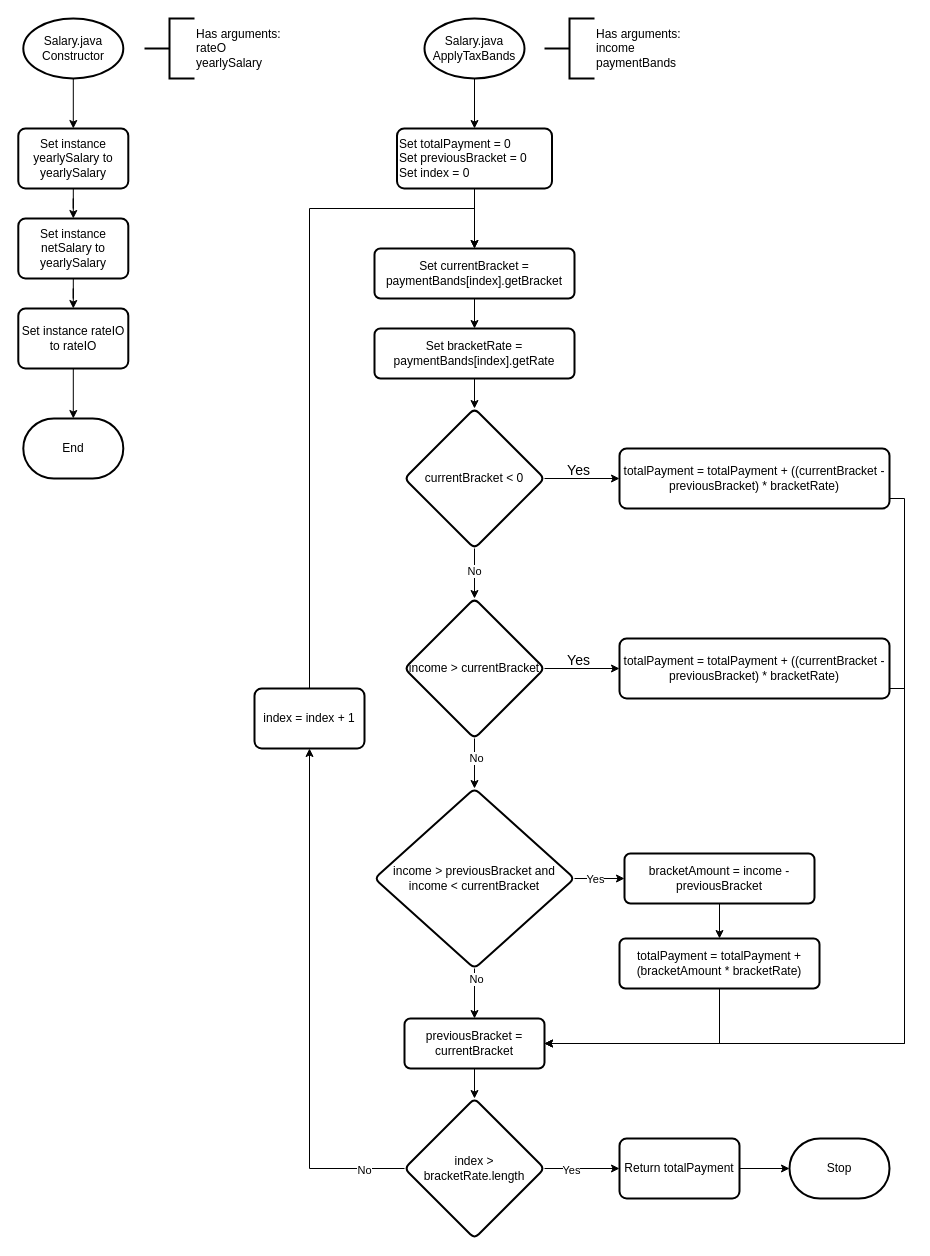
This is report/flowcharts/task-2/designs/salary.drawio from Sherman5A/usw-pop-coursework-1-task-2, a draw.io file, before an edit. Source tidied: cells renumbered, new cells numbered last; positions are measured from the earlier drawing's top-left corner, leaving out a move shared by most shapes. Both pictures are drawn from the tidied source at 100%, with x=0, y=0 at pixel (18, 18).
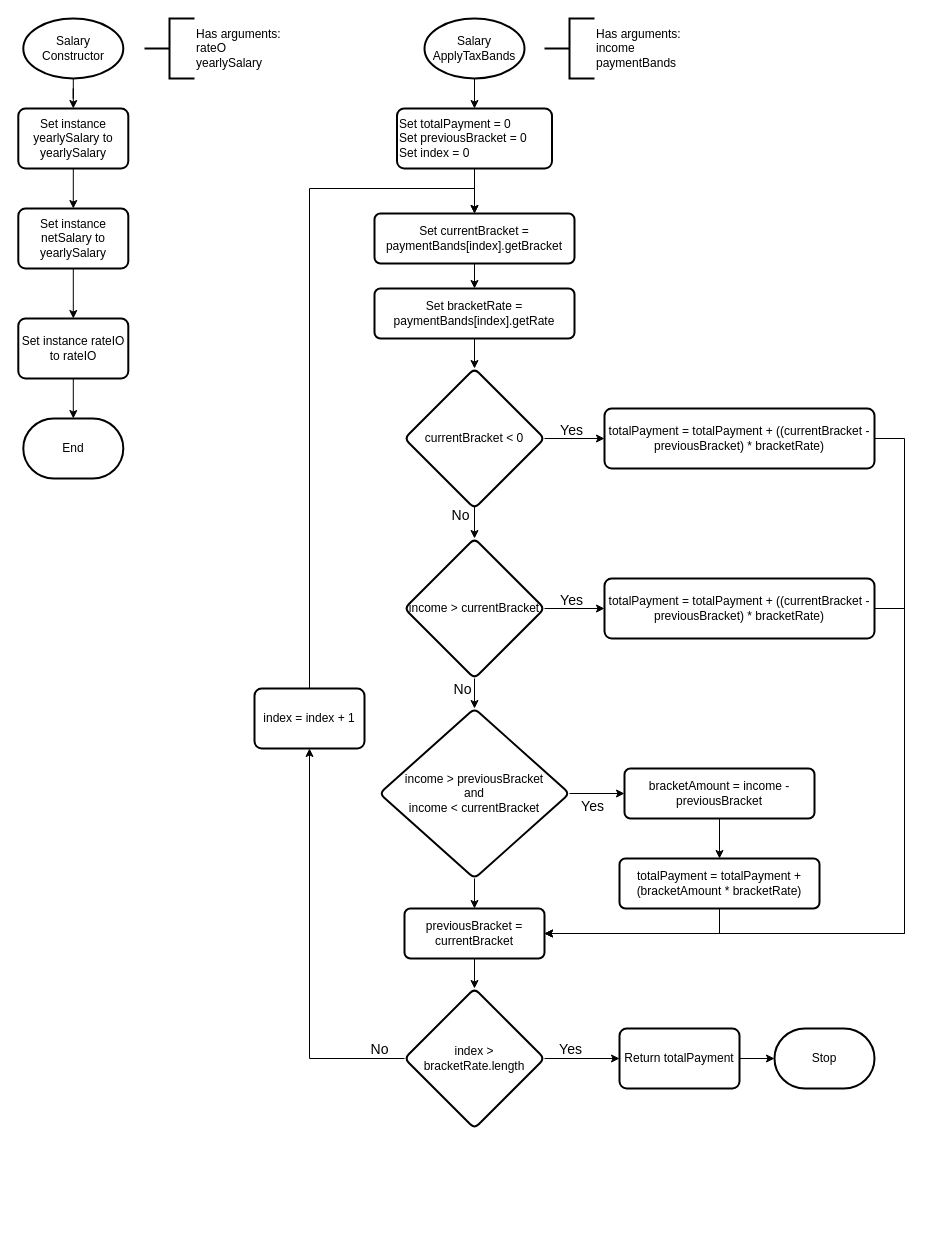
After the change.

Unchanged cells that the change refers to:
```xml
<mxCell id="33" style="edgeStyle=orthogonalEdgeStyle;rounded=0;jettySize=auto;html=1;entryX=0.5;entryY=0;entryDx=0;entryDy=0;" parent="1" edge="1" source="35" target="41">
  <mxGeometry relative="1" as="geometry" />
</mxCell>
<mxCell id="37" style="edgeStyle=orthogonalEdgeStyle;rounded=0;jettySize=auto;html=1;" parent="1" edge="1" source="41" target="43">
  <mxGeometry relative="1" as="geometry" />
</mxCell>
<mxCell id="39" style="edgeStyle=orthogonalEdgeStyle;rounded=0;jettySize=auto;html=1;entryX=0.5;entryY=0;entryDx=0;entryDy=0;" parent="1" edge="1" source="41" target="54">
  <mxGeometry relative="1" as="geometry" />
</mxCell>
<mxCell id="47" value="index = index + 1" style="whiteSpace=wrap;html=1;strokeWidth=2;rounded=1;arcSize=12;" parent="1" vertex="1">
  <mxGeometry x="236" y="670" width="110" height="60" as="geometry" />
</mxCell>
<mxCell id="48" style="edgeStyle=orthogonalEdgeStyle;rounded=0;jettySize=auto;html=1;" parent="1" edge="1" source="52" target="47">
  <mxGeometry relative="1" as="geometry" />
</mxCell>
<mxCell id="50" style="edgeStyle=orthogonalEdgeStyle;rounded=0;jettySize=auto;html=1;" parent="1" edge="1" source="52" target="56">
  <mxGeometry relative="1" as="geometry" />
</mxCell>
```

The edit, as a diff of the source:
```diff
@@
-    <mxCell id="5" value="Salary.java&lt;br&gt;Constructor" style="strokeWidth=2;html=1;shape=mxgraph.flowchart.start_1;whiteSpace=wrap;" parent="1" vertex="1">
+    <mxCell id="5" value="Salary&lt;br&gt;Constructor" style="strokeWidth=2;html=1;shape=mxgraph.flowchart.start_1;whiteSpace=wrap;" parent="1" vertex="1">
       <mxGeometry x="4.8" width="100" height="60" as="geometry" />
     </mxCell>
@@
-    <mxCell id="9" value="Salary.java&lt;br&gt;ApplyTaxBands" style="strokeWidth=2;html=1;shape=mxgraph.flowchart.start_1;whiteSpace=wrap;" parent="1" vertex="1">
+    <mxCell id="9" value="Salary&lt;br&gt;ApplyTaxBands" style="strokeWidth=2;html=1;shape=mxgraph.flowchart.start_1;whiteSpace=wrap;" parent="1" vertex="1">
       <mxGeometry x="406" width="100" height="60" as="geometry" />
     </mxCell>
@@
     <mxCell id="12" value="Set instance yearlySalary to yearlySalary" style="whiteSpace=wrap;html=1;strokeWidth=2;rounded=1;arcSize=12;" parent="1" vertex="1">
-      <mxGeometry x="-0.2" y="110" width="110" height="60" as="geometry" />
+      <mxGeometry x="-0.2" y="90" width="110" height="60" as="geometry" />
     </mxCell>
@@
     <mxCell id="14" value="Set instance netSalary to yearlySalary" style="whiteSpace=wrap;html=1;strokeWidth=2;rounded=1;arcSize=12;" parent="1" vertex="1">
-      <mxGeometry x="-0.2" y="200" width="110" height="60" as="geometry" />
+      <mxGeometry x="-0.2" y="190" width="110" height="60" as="geometry" />
     </mxCell>
@@
     <mxCell id="16" value="Set instance rateIO to rateIO" style="whiteSpace=wrap;html=1;strokeWidth=2;rounded=1;arcSize=12;" parent="1" vertex="1">
-      <mxGeometry x="-0.2" y="290" width="110" height="60" as="geometry" />
+      <mxGeometry x="-0.2" y="300" width="110" height="60" as="geometry" />
     </mxCell>
@@
     <mxCell id="18" value="&lt;div align=&quot;left&quot;&gt;Set totalPayment = 0&lt;br&gt;Set previousBracket = 0&lt;br&gt;Set index = 0&lt;/div&gt;" style="whiteSpace=wrap;html=1;strokeWidth=2;rounded=1;arcSize=12;align=left;" parent="1" vertex="1">
-      <mxGeometry x="378.5" y="110" width="155" height="60" as="geometry" />
+      <mxGeometry x="378.5" y="90" width="155" height="60" as="geometry" />
     </mxCell>
@@
     <mxCell id="20" value="Set currentBracket = paymentBands[index].getBracket" style="whiteSpace=wrap;html=1;strokeWidth=2;rounded=1;arcSize=12;" parent="1" vertex="1">
-      <mxGeometry x="356" y="230" width="200" height="50" as="geometry" />
+      <mxGeometry x="356" y="195" width="200" height="50" as="geometry" />
     </mxCell>
@@
     <mxCell id="22" value="Set bracketRate = paymentBands[index].getRate" style="whiteSpace=wrap;html=1;strokeWidth=2;rounded=1;arcSize=12;" parent="1" vertex="1">
-      <mxGeometry x="356" y="310" width="200" height="50" as="geometry" />
+      <mxGeometry x="356" y="270" width="200" height="50" as="geometry" />
     </mxCell>
@@
-    <mxCell id="25" style="edgeStyle=orthogonalEdgeStyle;rounded=0;jettySize=auto;html=1;entryX=0.5;entryY=0;entryDx=0;entryDy=0;" parent="1" edge="1" source="27" target="35">
+    <mxCell id="25" style="edgeStyle=orthogonalEdgeStyle;rounded=0;jettySize=auto;html=1;entryX=0.5;entryY=0;entryDx=0;entryDy=0;exitX=0.5;exitY=0.983;exitDx=0;exitDy=0;exitPerimeter=0;" parent="1" edge="1" source="27" target="35">
       <mxGeometry relative="1" as="geometry" />
     </mxCell>
-    <mxCell id="26" value="No" style="edgeLabel;html=1;align=center;verticalAlign=middle;" parent="25" vertex="1">
-      <mxGeometry x="-0.12" y="-1" relative="1" as="geometry" />
+    <mxCell id="26" value="No" style="edgeLabel;html=1;align=center;verticalAlign=middle;fontSize=14;labelBackgroundColor=none;" parent="25" vertex="1">
+      <mxGeometry x="-0.12" y="-1" relative="1" as="geometry">
+        <mxPoint x="-14" y="-5" as="offset" />
+      </mxGeometry>
     </mxCell>
     <mxCell id="27" value="currentBracket &amp;lt; 0" style="rhombus;whiteSpace=wrap;html=1;strokeWidth=2;rounded=1;arcSize=12;" parent="1" vertex="1">
-      <mxGeometry x="386" y="390" width="140" height="140" as="geometry" />
+      <mxGeometry x="386" y="350" width="140" height="140" as="geometry" />
     </mxCell>
@@
     <mxCell id="29" style="edgeStyle=orthogonalEdgeStyle;rounded=0;jettySize=auto;html=1;entryX=1;entryY=0.5;entryDx=0;entryDy=0;exitX=1;exitY=0.5;exitDx=0;exitDy=0;" parent="1" edge="1" source="30" target="54">
       <mxGeometry relative="1" as="geometry">
         <Array as="points">
-          <mxPoint x="871" y="480" />
-          <mxPoint x="886" y="480" />
-          <mxPoint x="886" y="1025" />
+          <mxPoint x="886" y="420" />
+          <mxPoint x="886" y="915" />
         </Array>
       </mxGeometry>
     </mxCell>
     <mxCell id="30" value="totalPayment = totalPayment + ((currentBracket - previousBracket) * bracketRate)" style="whiteSpace=wrap;html=1;strokeWidth=2;rounded=1;arcSize=12;" parent="1" vertex="1">
-      <mxGeometry x="601" y="430" width="270" height="60" as="geometry" />
+      <mxGeometry x="586" y="390" width="270" height="60" as="geometry" />
     </mxCell>
@@
-    <mxCell id="34" value="No" style="edgeLabel;html=1;align=center;verticalAlign=middle;" parent="33" vertex="1">
-      <mxGeometry x="-0.24" y="1" relative="1" as="geometry" />
+    <mxCell id="34" value="No" style="edgeLabel;html=1;align=center;verticalAlign=middle;fontSize=14;labelBackgroundColor=none;" parent="33" vertex="1">
+      <mxGeometry x="-0.24" y="1" relative="1" as="geometry">
+        <mxPoint x="-14" y="-9" as="offset" />
+      </mxGeometry>
     </mxCell>
     <mxCell id="35" value="income &amp;gt; currentBracket" style="rhombus;whiteSpace=wrap;html=1;strokeWidth=2;rounded=1;arcSize=12;" parent="1" vertex="1">
-      <mxGeometry x="386" y="580" width="140" height="140" as="geometry" />
+      <mxGeometry x="386" y="520" width="140" height="140" as="geometry" />
     </mxCell>
     <mxCell id="36" value="totalPayment = totalPayment + ((currentBracket - previousBracket) * bracketRate)" style="whiteSpace=wrap;html=1;strokeWidth=2;rounded=1;arcSize=12;" parent="1" vertex="1">
-      <mxGeometry x="601" y="620" width="270" height="60" as="geometry" />
+      <mxGeometry x="586" y="560" width="270" height="60" as="geometry" />
     </mxCell>
@@
-    <mxCell id="38" value="Yes" style="edgeLabel;html=1;align=center;verticalAlign=middle;" parent="37" vertex="1">
+    <mxCell id="38" value="Yes" style="edgeLabel;html=1;align=center;verticalAlign=middle;fontSize=14;labelBackgroundColor=none;" parent="37" vertex="1">
       <mxGeometry x="-0.3" y="-1" relative="1" as="geometry">
-        <mxPoint x="2" y="-1" as="offset" />
+        <mxPoint x="3" y="11" as="offset" />
       </mxGeometry>
     </mxCell>
@@
-    <mxCell id="40" value="No" style="edgeLabel;html=1;align=center;verticalAlign=middle;" parent="39" vertex="1">
-      <mxGeometry x="-0.61" y="1" relative="1" as="geometry" />
-    </mxCell>
-    <mxCell id="41" value="income &amp;gt; previousBracket and income &amp;lt; currentBracket" style="rhombus;whiteSpace=wrap;html=1;strokeWidth=2;rounded=1;arcSize=12;" parent="1" vertex="1">
-      <mxGeometry x="356" y="770" width="200" height="180" as="geometry" />
+    <mxCell id="41" value="income &amp;gt; previousBracket &lt;br&gt;and &lt;br&gt;income &amp;lt; currentBracket" style="rhombus;whiteSpace=wrap;html=1;strokeWidth=2;rounded=1;arcSize=12;" parent="1" vertex="1">
+      <mxGeometry x="361" y="690" width="190" height="170" as="geometry" />
     </mxCell>
@@
     <mxCell id="43" value="bracketAmount = income - previousBracket" style="whiteSpace=wrap;html=1;strokeWidth=2;rounded=1;arcSize=12;" parent="1" vertex="1">
-      <mxGeometry x="606" y="835" width="190" height="50" as="geometry" />
+      <mxGeometry x="606" y="750" width="190" height="50" as="geometry" />
     </mxCell>
     <mxCell id="44" style="edgeStyle=orthogonalEdgeStyle;rounded=0;jettySize=auto;html=1;exitX=0.5;exitY=1;exitDx=0;exitDy=0;entryX=1;entryY=0.5;entryDx=0;entryDy=0;" parent="1" edge="1" source="45" target="54">
       <mxGeometry relative="1" as="geometry">
         <Array as="points">
-          <mxPoint x="701" y="1025" />
+          <mxPoint x="701" y="915" />
         </Array>
       </mxGeometry>
     </mxCell>
     <mxCell id="45" value="totalPayment = totalPayment + (bracketAmount * bracketRate)" style="whiteSpace=wrap;html=1;strokeWidth=2;rounded=1;arcSize=12;" parent="1" vertex="1">
-      <mxGeometry x="601" y="920" width="200" height="50" as="geometry" />
+      <mxGeometry x="601" y="840" width="200" height="50" as="geometry" />
     </mxCell>
     <mxCell id="46" style="edgeStyle=orthogonalEdgeStyle;rounded=0;jettySize=auto;html=1;entryX=0.5;entryY=0;entryDx=0;entryDy=0;exitX=0.5;exitY=0;exitDx=0;exitDy=0;" parent="1" edge="1" source="47" target="20">
       <mxGeometry relative="1" as="geometry">
         <Array as="points">
-          <mxPoint x="291" y="190" />
-          <mxPoint x="456" y="190" />
+          <mxPoint x="291" y="170" />
+          <mxPoint x="456" y="170" />
         </Array>
       </mxGeometry>
     </mxCell>
@@
-    <mxCell id="49" value="No" style="edgeLabel;html=1;align=center;verticalAlign=middle;" parent="48" vertex="1">
-      <mxGeometry x="-0.84" y="1" relative="1" as="geometry" />
+    <mxCell id="49" value="No" style="edgeLabel;html=1;align=center;verticalAlign=middle;fontSize=14;labelBackgroundColor=none;" parent="48" vertex="1">
+      <mxGeometry x="-0.84" y="1" relative="1" as="geometry">
+        <mxPoint x="6" y="-11" as="offset" />
+      </mxGeometry>
     </mxCell>
@@
-    <mxCell id="51" value="Yes" style="edgeLabel;html=1;align=center;verticalAlign=middle;" parent="50" vertex="1">
-      <mxGeometry x="-0.31" y="-1" relative="1" as="geometry" />
+    <mxCell id="51" value="Yes" style="edgeLabel;html=1;align=center;verticalAlign=middle;fontSize=14;labelBackgroundColor=none;" parent="50" vertex="1">
+      <mxGeometry x="-0.31" y="-1" relative="1" as="geometry">
+        <mxPoint x="-1" y="-11" as="offset" />
+      </mxGeometry>
     </mxCell>
     <mxCell id="52" value="index &amp;gt; bracketRate.length" style="rhombus;whiteSpace=wrap;html=1;strokeWidth=2;rounded=1;arcSize=12;" parent="1" vertex="1">
-      <mxGeometry x="386" y="1080" width="140" height="140" as="geometry" />
+      <mxGeometry x="386" y="970" width="140" height="140" as="geometry" />
     </mxCell>
     <mxCell id="53" style="edgeStyle=orthogonalEdgeStyle;rounded=0;jettySize=auto;html=1;exitX=1;exitY=0.5;exitDx=0;exitDy=0;entryX=1;entryY=0.5;entryDx=0;entryDy=0;" parent="1" edge="1" source="36" target="54">
       <mxGeometry relative="1" as="geometry">
         <Array as="points">
-          <mxPoint x="871" y="670" />
-          <mxPoint x="886" y="670" />
-          <mxPoint x="886" y="1025" />
+          <mxPoint x="886" y="590" />
+          <mxPoint x="886" y="915" />
         </Array>
       </mxGeometry>
     </mxCell>
     <mxCell id="54" value="previousBracket = currentBracket" style="whiteSpace=wrap;html=1;strokeWidth=2;rounded=1;arcSize=12;" parent="1" vertex="1">
-      <mxGeometry x="386" y="1000" width="140" height="50" as="geometry" />
+      <mxGeometry x="386" y="890" width="140" height="50" as="geometry" />
     </mxCell>
@@
     <mxCell id="56" value="Return totalPayment" style="whiteSpace=wrap;html=1;strokeWidth=2;rounded=1;arcSize=12;" parent="1" vertex="1">
-      <mxGeometry x="601" y="1120" width="120" height="60" as="geometry" />
+      <mxGeometry x="601" y="1010" width="120" height="60" as="geometry" />
     </mxCell>
     <mxCell id="57" value="Stop" style="strokeWidth=2;html=1;shape=mxgraph.flowchart.terminator;whiteSpace=wrap;" parent="1" vertex="1">
-      <mxGeometry x="771" y="1120" width="100" height="60" as="geometry" />
+      <mxGeometry x="756" y="1010" width="100" height="60" as="geometry" />
     </mxCell>
+    <mxCell id="58" style="edgeStyle=orthogonalEdgeStyle;rounded=0;orthogonalLoop=1;jettySize=auto;html=1;exitX=0.5;exitY=1;exitDx=0;exitDy=0;" parent="1" edge="1" source="54" target="54">
+      <mxGeometry relative="1" as="geometry" />
+    </mxCell>
+    <mxCell id="59" style="edgeStyle=orthogonalEdgeStyle;rounded=0;orthogonalLoop=1;jettySize=auto;html=1;exitX=0.5;exitY=1;exitDx=0;exitDy=0;" parent="1" edge="1" source="54" target="54">
+      <mxGeometry relative="1" as="geometry" />
+    </mxCell>
```
